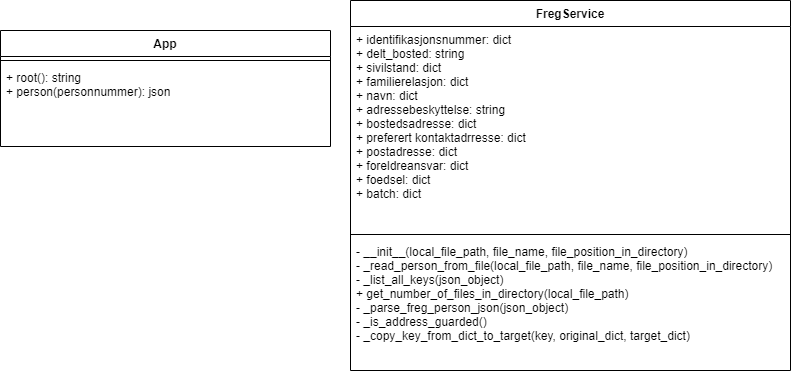
Above: Documentation/UML/FregService/FREG klassediagram.png in Altinn/summer-camp-2021 (draw.io), before the change. Source tidied: cells renumbered, new cells last; positions are measured from the earlier drawing's top-left corner, leaving out a move shared by most shapes. Source of this version:
```xml
<mxGraphModel>
  <root>
    <mxCell id="0" />
    <mxCell id="1" parent="0" />
    <mxCell id="2" value="App" style="swimlane;fontStyle=1;align=center;verticalAlign=top;horizontal=1;startSize=26;" parent="1" vertex="1">
      <mxGeometry y="30" width="330" height="116" as="geometry" />
    </mxCell>
    <mxCell id="3" style="line;strokeWidth=1;fillColor=none;align=left;verticalAlign=middle;spacingTop=-1;spacingLeft=3;spacingRight=3;labelPosition=right;" parent="2" vertex="1">
      <mxGeometry y="26" width="330" height="8" as="geometry" />
    </mxCell>
    <mxCell id="4" value="+ root(): string&#10;+ person(personnummer): json&#10;" style="text;strokeColor=none;fillColor=none;align=left;verticalAlign=top;spacingLeft=4;spacingRight=4;overflow=hidden;" parent="2" vertex="1">
      <mxGeometry y="34" width="330" height="82" as="geometry" />
    </mxCell>
    <mxCell id="5" value="FregService" style="swimlane;fontStyle=1;align=center;verticalAlign=top;horizontal=1;startSize=26;" parent="1" vertex="1">
      <mxGeometry x="350" width="440" height="370" as="geometry" />
    </mxCell>
    <mxCell id="6" value="+ identifikasjonsnummer: dict&#10;+ delt_bosted: string&#10;+ sivilstand: dict&#10;+ familierelasjon: dict&#10;+ navn: dict&#10;+ adressebeskyttelse: string&#10;+ bostedsadresse: dict&#10;+ preferert kontaktadrresse: dict&#10;+ postadresse: dict&#10;+ foreldreansvar: dict&#10;+ foedsel: dict&#10;+ batch: dict" style="text;strokeColor=none;fillColor=none;align=left;verticalAlign=top;spacingLeft=4;spacingRight=4;overflow=hidden;" parent="5" vertex="1">
      <mxGeometry y="26" width="440" height="204" as="geometry" />
    </mxCell>
    <mxCell id="7" style="line;strokeWidth=1;fillColor=none;align=left;verticalAlign=middle;spacingTop=-1;spacingLeft=3;spacingRight=3;labelPosition=right;" parent="5" vertex="1">
      <mxGeometry y="230" width="440" height="8" as="geometry" />
    </mxCell>
    <mxCell id="8" value="- __init__(local_file_path, file_name, file_position_in_directory)&#10;- _read_person_from_file(local_file_path, file_name, file_position_in_directory)&#10;- _list_all_keys(json_object)&#10;+ get_number_of_files_in_directory(local_file_path)&#10;- _parse_freg_person_json(json_object)&#10;- _is_address_guarded()&#10;- _copy_key_from_dict_to_target(key, original_dict, target_dict)" style="text;strokeColor=none;fillColor=none;align=left;verticalAlign=top;spacingLeft=4;spacingRight=4;overflow=hidden;" parent="5" vertex="1">
      <mxGeometry y="238" width="440" height="132" as="geometry" />
    </mxCell>
  </root>
</mxGraphModel>
```
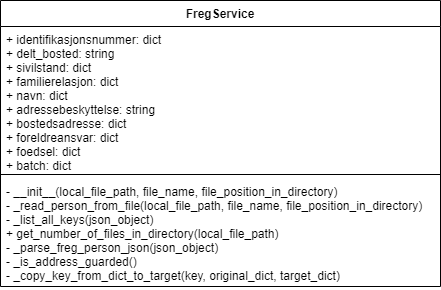
The same file after the commit.

Diff of the diagram source:
```diff
@@ -2,26 +2,17 @@
   <root>
     <mxCell id="0" />
     <mxCell id="1" parent="0" />
-    <mxCell id="2" value="App" style="swimlane;fontStyle=1;align=center;verticalAlign=top;horizontal=1;startSize=26;" parent="1" vertex="1">
-      <mxGeometry y="30" width="330" height="116" as="geometry" />
-    </mxCell>
-    <mxCell id="3" style="line;strokeWidth=1;fillColor=none;align=left;verticalAlign=middle;spacingTop=-1;spacingLeft=3;spacingRight=3;labelPosition=right;" parent="2" vertex="1">
-      <mxGeometry y="26" width="330" height="8" as="geometry" />
-    </mxCell>
-    <mxCell id="4" value="+ root(): string&#10;+ person(personnummer): json&#10;" style="text;strokeColor=none;fillColor=none;align=left;verticalAlign=top;spacingLeft=4;spacingRight=4;overflow=hidden;" parent="2" vertex="1">
-      <mxGeometry y="34" width="330" height="82" as="geometry" />
-    </mxCell>
     <mxCell id="5" value="FregService" style="swimlane;fontStyle=1;align=center;verticalAlign=top;horizontal=1;startSize=26;" parent="1" vertex="1">
-      <mxGeometry x="350" width="440" height="370" as="geometry" />
+      <mxGeometry x="350" width="440" height="286" as="geometry" />
     </mxCell>
-    <mxCell id="6" value="+ identifikasjonsnummer: dict&#10;+ delt_bosted: string&#10;+ sivilstand: dict&#10;+ familierelasjon: dict&#10;+ navn: dict&#10;+ adressebeskyttelse: string&#10;+ bostedsadresse: dict&#10;+ preferert kontaktadrresse: dict&#10;+ postadresse: dict&#10;+ foreldreansvar: dict&#10;+ foedsel: dict&#10;+ batch: dict" style="text;strokeColor=none;fillColor=none;align=left;verticalAlign=top;spacingLeft=4;spacingRight=4;overflow=hidden;" parent="5" vertex="1">
-      <mxGeometry y="26" width="440" height="204" as="geometry" />
+    <mxCell id="6" value="+ identifikasjonsnummer: dict&#10;+ delt_bosted: string&#10;+ sivilstand: dict&#10;+ familierelasjon: dict&#10;+ navn: dict&#10;+ adressebeskyttelse: string&#10;+ bostedsadresse: dict&#10;+ foreldreansvar: dict&#10;+ foedsel: dict&#10;+ batch: dict" style="text;strokeColor=none;fillColor=none;align=left;verticalAlign=top;spacingLeft=4;spacingRight=4;overflow=hidden;" parent="5" vertex="1">
+      <mxGeometry y="26" width="440" height="144" as="geometry" />
     </mxCell>
     <mxCell id="7" style="line;strokeWidth=1;fillColor=none;align=left;verticalAlign=middle;spacingTop=-1;spacingLeft=3;spacingRight=3;labelPosition=right;" parent="5" vertex="1">
-      <mxGeometry y="230" width="440" height="8" as="geometry" />
+      <mxGeometry y="170" width="440" height="8" as="geometry" />
     </mxCell>
     <mxCell id="8" value="- __init__(local_file_path, file_name, file_position_in_directory)&#10;- _read_person_from_file(local_file_path, file_name, file_position_in_directory)&#10;- _list_all_keys(json_object)&#10;+ get_number_of_files_in_directory(local_file_path)&#10;- _parse_freg_person_json(json_object)&#10;- _is_address_guarded()&#10;- _copy_key_from_dict_to_target(key, original_dict, target_dict)" style="text;strokeColor=none;fillColor=none;align=left;verticalAlign=top;spacingLeft=4;spacingRight=4;overflow=hidden;" parent="5" vertex="1">
-      <mxGeometry y="238" width="440" height="132" as="geometry" />
+      <mxGeometry y="178" width="440" height="108" as="geometry" />
     </mxCell>
   </root>
 </mxGraphModel>
```
